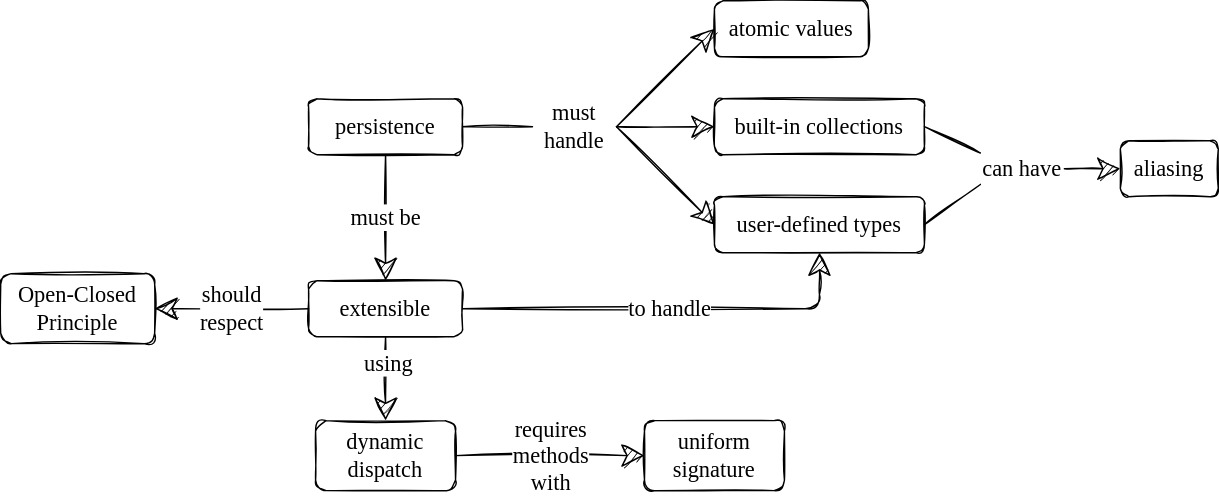
The draw.io diagram sdxpy/persistence/persistence_concept_map.svg in gvwilson/thirdbit, before a commit. Source tidied: cells renumbered, new cells last; positions are measured from the earlier drawing's top-left corner, leaving out a move shared by most shapes. Source of this version:
```xml
<mxGraphModel>
  <root>
    <mxCell id="0" />
    <mxCell id="1" parent="0" />
    <mxCell id="2" value="persistence" style="rounded=1;whiteSpace=wrap;html=1;sketch=1;hachureGap=4;fontFamily=Comic Sans MS;fontSize=16;fillColor=none;" parent="1" vertex="1">
      <mxGeometry x="220" y="70" width="110" height="40" as="geometry" />
    </mxCell>
    <mxCell id="3" value="atomic values" style="rounded=1;whiteSpace=wrap;html=1;sketch=1;hachureGap=4;fontFamily=Comic Sans MS;fontSize=16;fillColor=none;" parent="1" vertex="1">
      <mxGeometry x="510" width="110" height="40" as="geometry" />
    </mxCell>
    <mxCell id="4" value="built-in collections" style="rounded=1;whiteSpace=wrap;html=1;sketch=1;hachureGap=4;fontFamily=Comic Sans MS;fontSize=16;fillColor=none;" parent="1" vertex="1">
      <mxGeometry x="510" y="70" width="150" height="40" as="geometry" />
    </mxCell>
    <mxCell id="5" value="user-defined types" style="rounded=1;whiteSpace=wrap;html=1;sketch=1;hachureGap=4;fontFamily=Comic Sans MS;fontSize=16;fillColor=none;" parent="1" vertex="1">
      <mxGeometry x="510" y="140" width="150" height="40" as="geometry" />
    </mxCell>
    <mxCell id="6" value="aliasing" style="rounded=1;whiteSpace=wrap;html=1;sketch=1;hachureGap=4;fontFamily=Comic Sans MS;fontSize=16;fillColor=none;" parent="1" vertex="1">
      <mxGeometry x="800" y="100" width="70" height="40" as="geometry" />
    </mxCell>
    <mxCell id="7" value="extensible" style="rounded=1;whiteSpace=wrap;html=1;sketch=1;hachureGap=4;fontFamily=Comic Sans MS;fontSize=16;fillColor=none;" parent="1" vertex="1">
      <mxGeometry x="220" y="200" width="110" height="40" as="geometry" />
    </mxCell>
    <mxCell id="8" value="Open-Closed Principle" style="rounded=1;whiteSpace=wrap;html=1;sketch=1;hachureGap=4;fontFamily=Comic Sans MS;fontSize=16;fillColor=none;" parent="1" vertex="1">
      <mxGeometry y="195" width="110" height="50" as="geometry" />
    </mxCell>
    <mxCell id="9" value="dynamic dispatch" style="rounded=1;whiteSpace=wrap;html=1;sketch=1;hachureGap=4;fontFamily=Comic Sans MS;fontSize=16;fillColor=none;" parent="1" vertex="1">
      <mxGeometry x="225" y="300" width="100" height="50" as="geometry" />
    </mxCell>
    <mxCell id="10" value="uniform signature" style="rounded=1;whiteSpace=wrap;html=1;sketch=1;hachureGap=4;fontFamily=Comic Sans MS;fontSize=16;fillColor=none;" parent="1" vertex="1">
      <mxGeometry x="460" y="300" width="100" height="50" as="geometry" />
    </mxCell>
    <mxCell id="11" value="must be" style="endArrow=classic;html=1;rounded=1;sketch=1;hachureGap=4;fontFamily=Comic Sans MS;fontSize=16;startSize=14;endSize=14;sourcePerimeterSpacing=8;targetPerimeterSpacing=8;exitX=0.5;exitY=1;exitDx=0;exitDy=0;entryX=0.5;entryY=0;entryDx=0;entryDy=0;" parent="1" edge="1" source="2" target="7">
      <mxGeometry relative="1" as="geometry" />
    </mxCell>
    <mxCell id="12" value="to handle" style="endArrow=classic;html=1;rounded=1;sketch=1;hachureGap=4;fontFamily=Comic Sans MS;fontSize=16;startSize=14;endSize=14;sourcePerimeterSpacing=8;targetPerimeterSpacing=8;exitX=1;exitY=0.5;exitDx=0;exitDy=0;entryX=0.5;entryY=1;entryDx=0;entryDy=0;" parent="1" edge="1" source="7" target="5">
      <mxGeometry relative="1" as="geometry">
        <Array as="points">
          <mxPoint x="585" y="220" />
        </Array>
      </mxGeometry>
    </mxCell>
    <mxCell id="13" value="must handle" style="text;html=1;strokeColor=none;fillColor=none;align=center;verticalAlign=middle;whiteSpace=wrap;rounded=0;sketch=1;hachureGap=4;fontFamily=Comic Sans MS;fontSize=16;" parent="1" vertex="1">
      <mxGeometry x="380" y="70" width="60" height="40" as="geometry" />
    </mxCell>
    <mxCell id="14" style="endArrow=none;html=1;rounded=1;sketch=1;hachureGap=4;fontFamily=Comic Sans MS;fontSize=16;startSize=14;endSize=14;sourcePerimeterSpacing=8;targetPerimeterSpacing=8;entryX=0;entryY=0.5;entryDx=0;entryDy=0;exitX=1;exitY=0.5;exitDx=0;exitDy=0;" parent="1" edge="1" source="2" target="13">
      <mxGeometry relative="1" as="geometry" />
    </mxCell>
    <mxCell id="15" style="endArrow=classic;html=1;rounded=1;sketch=1;hachureGap=4;fontFamily=Comic Sans MS;fontSize=16;startSize=14;endSize=14;sourcePerimeterSpacing=8;targetPerimeterSpacing=8;entryX=0;entryY=0.5;entryDx=0;entryDy=0;exitX=1;exitY=0.5;exitDx=0;exitDy=0;" parent="1" edge="1" source="13" target="3">
      <mxGeometry relative="1" as="geometry" />
    </mxCell>
    <mxCell id="16" style="endArrow=classic;html=1;rounded=1;sketch=1;hachureGap=4;fontFamily=Comic Sans MS;fontSize=16;startSize=14;endSize=14;sourcePerimeterSpacing=8;targetPerimeterSpacing=8;entryX=0;entryY=0.5;entryDx=0;entryDy=0;exitX=1;exitY=0.5;exitDx=0;exitDy=0;" parent="1" edge="1" source="13" target="4">
      <mxGeometry relative="1" as="geometry" />
    </mxCell>
    <mxCell id="17" style="endArrow=classic;html=1;rounded=1;sketch=1;hachureGap=4;fontFamily=Comic Sans MS;fontSize=16;startSize=14;endSize=14;sourcePerimeterSpacing=8;targetPerimeterSpacing=8;entryX=0;entryY=0.5;entryDx=0;entryDy=0;exitX=1;exitY=0.5;exitDx=0;exitDy=0;" parent="1" edge="1" source="13" target="5">
      <mxGeometry relative="1" as="geometry" />
    </mxCell>
    <mxCell id="18" value="can have" style="text;html=1;strokeColor=none;fillColor=none;align=center;verticalAlign=middle;whiteSpace=wrap;rounded=0;sketch=1;hachureGap=4;fontFamily=Comic Sans MS;fontSize=16;" parent="1" vertex="1">
      <mxGeometry x="700" y="97.5" width="60" height="45" as="geometry" />
    </mxCell>
    <mxCell id="19" style="endArrow=classic;html=1;rounded=1;sketch=1;hachureGap=4;fontFamily=Comic Sans MS;fontSize=16;startSize=14;endSize=14;sourcePerimeterSpacing=8;targetPerimeterSpacing=8;entryX=0;entryY=0.5;entryDx=0;entryDy=0;exitX=1;exitY=0.5;exitDx=0;exitDy=0;" parent="1" edge="1" source="18" target="6">
      <mxGeometry relative="1" as="geometry" />
    </mxCell>
    <mxCell id="20" style="endArrow=none;html=1;rounded=1;sketch=1;hachureGap=4;fontFamily=Comic Sans MS;fontSize=16;startSize=14;endSize=14;sourcePerimeterSpacing=8;targetPerimeterSpacing=8;exitX=1;exitY=0.5;exitDx=0;exitDy=0;entryX=0;entryY=0.25;entryDx=0;entryDy=0;" parent="1" edge="1" source="4" target="18">
      <mxGeometry relative="1" as="geometry" />
    </mxCell>
    <mxCell id="21" style="endArrow=none;html=1;rounded=1;sketch=1;hachureGap=4;fontFamily=Comic Sans MS;fontSize=16;startSize=14;endSize=14;sourcePerimeterSpacing=8;targetPerimeterSpacing=8;exitX=1;exitY=0.5;exitDx=0;exitDy=0;entryX=0;entryY=0.75;entryDx=0;entryDy=0;" parent="1" edge="1" source="5" target="18">
      <mxGeometry relative="1" as="geometry" />
    </mxCell>
    <mxCell id="22" value="should&lt;br&gt;respect" style="endArrow=classic;html=1;rounded=1;sketch=1;hachureGap=4;fontFamily=Comic Sans MS;fontSize=16;startSize=14;endSize=14;sourcePerimeterSpacing=8;targetPerimeterSpacing=8;entryX=1;entryY=0.5;entryDx=0;entryDy=0;exitX=0;exitY=0.5;exitDx=0;exitDy=0;" parent="1" edge="1" source="7" target="8">
      <mxGeometry relative="1" as="geometry" />
    </mxCell>
    <mxCell id="23" style="endArrow=classic;html=1;rounded=1;sketch=1;hachureGap=4;fontFamily=Comic Sans MS;fontSize=16;startSize=14;endSize=14;sourcePerimeterSpacing=8;targetPerimeterSpacing=8;entryX=0.5;entryY=0;entryDx=0;entryDy=0;exitX=0.5;exitY=1;exitDx=0;exitDy=0;" parent="1" edge="1" source="7" target="9">
      <mxGeometry relative="1" as="geometry" />
    </mxCell>
    <mxCell id="24" value="using" style="edgeLabel;html=1;align=center;verticalAlign=middle;fontSize=16;fontFamily=Comic Sans MS;" parent="23" vertex="1">
      <mxGeometry x="-0.4" y="1" relative="1" as="geometry" />
    </mxCell>
    <mxCell id="25" value="requires&lt;br&gt;methods&lt;br&gt;with" style="endArrow=classic;html=1;rounded=1;sketch=1;hachureGap=4;fontFamily=Comic Sans MS;fontSize=16;startSize=14;endSize=14;sourcePerimeterSpacing=8;targetPerimeterSpacing=8;entryX=0;entryY=0.5;entryDx=0;entryDy=0;exitX=1;exitY=0.5;exitDx=0;exitDy=0;" parent="1" edge="1" source="9" target="10">
      <mxGeometry relative="1" as="geometry" />
    </mxCell>
  </root>
</mxGraphModel>
```
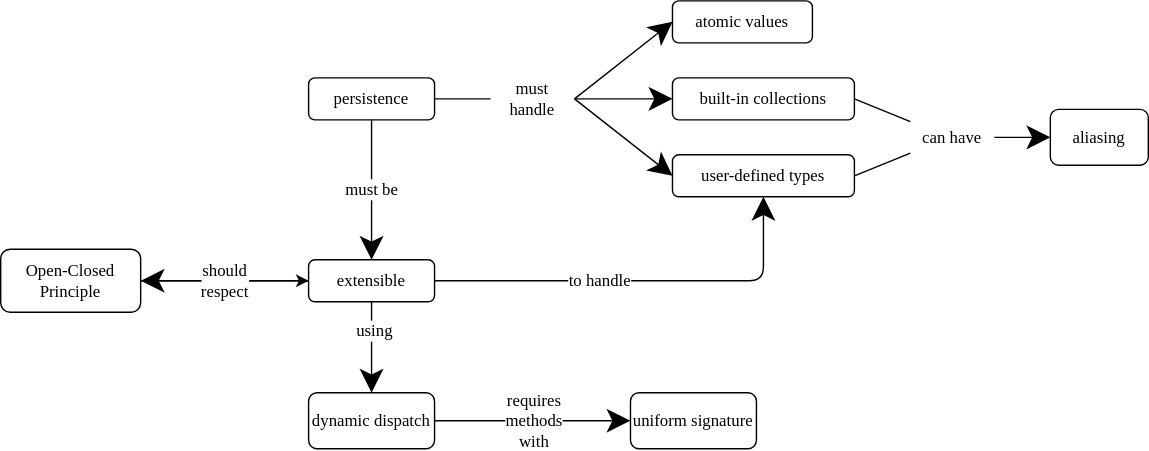
Above is the later version.

The edit, as a diff of the source:
```diff
@@ -2,81 +2,84 @@
   <root>
     <mxCell id="0" />
     <mxCell id="1" parent="0" />
-    <mxCell id="2" value="persistence" style="rounded=1;whiteSpace=wrap;html=1;sketch=1;hachureGap=4;fontFamily=Comic Sans MS;fontSize=16;fillColor=none;" parent="1" vertex="1">
-      <mxGeometry x="220" y="70" width="110" height="40" as="geometry" />
+    <mxCell id="2" value="persistence" style="rounded=1;whiteSpace=wrap;html=1;hachureGap=4;fontFamily=Verdana;fontSize=12;fillColor=none;" parent="1" vertex="1">
+      <mxGeometry x="230" y="75" width="90" height="30" as="geometry" />
     </mxCell>
-    <mxCell id="3" value="atomic values" style="rounded=1;whiteSpace=wrap;html=1;sketch=1;hachureGap=4;fontFamily=Comic Sans MS;fontSize=16;fillColor=none;" parent="1" vertex="1">
-      <mxGeometry x="510" width="110" height="40" as="geometry" />
+    <mxCell id="3" value="atomic values" style="rounded=1;whiteSpace=wrap;html=1;hachureGap=4;fontFamily=Verdana;fontSize=12;fillColor=none;" parent="1" vertex="1">
+      <mxGeometry x="490" y="20" width="100" height="30" as="geometry" />
     </mxCell>
-    <mxCell id="4" value="built-in collections" style="rounded=1;whiteSpace=wrap;html=1;sketch=1;hachureGap=4;fontFamily=Comic Sans MS;fontSize=16;fillColor=none;" parent="1" vertex="1">
-      <mxGeometry x="510" y="70" width="150" height="40" as="geometry" />
+    <mxCell id="4" value="built-in collections" style="rounded=1;whiteSpace=wrap;html=1;hachureGap=4;fontFamily=Verdana;fontSize=12;fillColor=none;" parent="1" vertex="1">
+      <mxGeometry x="490" y="75" width="130" height="30" as="geometry" />
     </mxCell>
-    <mxCell id="5" value="user-defined types" style="rounded=1;whiteSpace=wrap;html=1;sketch=1;hachureGap=4;fontFamily=Comic Sans MS;fontSize=16;fillColor=none;" parent="1" vertex="1">
-      <mxGeometry x="510" y="140" width="150" height="40" as="geometry" />
+    <mxCell id="5" value="user-defined types" style="rounded=1;whiteSpace=wrap;html=1;hachureGap=4;fontFamily=Verdana;fontSize=12;fillColor=none;" parent="1" vertex="1">
+      <mxGeometry x="490" y="130" width="130" height="30" as="geometry" />
     </mxCell>
-    <mxCell id="6" value="aliasing" style="rounded=1;whiteSpace=wrap;html=1;sketch=1;hachureGap=4;fontFamily=Comic Sans MS;fontSize=16;fillColor=none;" parent="1" vertex="1">
-      <mxGeometry x="800" y="100" width="70" height="40" as="geometry" />
+    <mxCell id="6" value="aliasing" style="rounded=1;whiteSpace=wrap;html=1;hachureGap=4;fontFamily=Verdana;fontSize=12;fillColor=none;" parent="1" vertex="1">
+      <mxGeometry x="760" y="97.5" width="70" height="40" as="geometry" />
     </mxCell>
-    <mxCell id="7" value="extensible" style="rounded=1;whiteSpace=wrap;html=1;sketch=1;hachureGap=4;fontFamily=Comic Sans MS;fontSize=16;fillColor=none;" parent="1" vertex="1">
-      <mxGeometry x="220" y="200" width="110" height="40" as="geometry" />
+    <mxCell id="7" value="extensible" style="rounded=1;whiteSpace=wrap;html=1;hachureGap=4;fontFamily=Verdana;fontSize=12;fillColor=none;" parent="1" vertex="1">
+      <mxGeometry x="230" y="205" width="90" height="30" as="geometry" />
     </mxCell>
+    <mxCell id="26" style="edgeStyle=orthogonalEdgeStyle;rounded=0;sketch=0;jettySize=auto;html=1;fontFamily=Verdana;fontSize=12;" parent="1" edge="1" source="8" target="7">
+      <mxGeometry relative="1" as="geometry" />
+    </mxCell>
-    <mxCell id="8" value="Open-Closed Principle" style="rounded=1;whiteSpace=wrap;html=1;sketch=1;hachureGap=4;fontFamily=Comic Sans MS;fontSize=16;fillColor=none;" parent="1" vertex="1">
-      <mxGeometry y="195" width="110" height="50" as="geometry" />
+    <mxCell id="8" value="Open-Closed Principle" style="rounded=1;whiteSpace=wrap;html=1;hachureGap=4;fontFamily=Verdana;fontSize=12;fillColor=none;" parent="1" vertex="1">
+      <mxGeometry x="10" y="197.5" width="100" height="45" as="geometry" />
     </mxCell>
-    <mxCell id="9" value="dynamic dispatch" style="rounded=1;whiteSpace=wrap;html=1;sketch=1;hachureGap=4;fontFamily=Comic Sans MS;fontSize=16;fillColor=none;" parent="1" vertex="1">
-      <mxGeometry x="225" y="300" width="100" height="50" as="geometry" />
+    <mxCell id="9" value="dynamic dispatch" style="rounded=1;whiteSpace=wrap;html=1;hachureGap=4;fontFamily=Verdana;fontSize=12;fillColor=none;" parent="1" vertex="1">
+      <mxGeometry x="230" y="300" width="90" height="40" as="geometry" />
     </mxCell>
-    <mxCell id="10" value="uniform signature" style="rounded=1;whiteSpace=wrap;html=1;sketch=1;hachureGap=4;fontFamily=Comic Sans MS;fontSize=16;fillColor=none;" parent="1" vertex="1">
-      <mxGeometry x="460" y="300" width="100" height="50" as="geometry" />
+    <mxCell id="10" value="uniform signature" style="rounded=1;whiteSpace=wrap;html=1;hachureGap=4;fontFamily=Verdana;fontSize=12;fillColor=none;" parent="1" vertex="1">
+      <mxGeometry x="460" y="300" width="90" height="40" as="geometry" />
     </mxCell>
-    <mxCell id="11" value="must be" style="endArrow=classic;html=1;rounded=1;sketch=1;hachureGap=4;fontFamily=Comic Sans MS;fontSize=16;startSize=14;endSize=14;sourcePerimeterSpacing=8;targetPerimeterSpacing=8;exitX=0.5;exitY=1;exitDx=0;exitDy=0;entryX=0.5;entryY=0;entryDx=0;entryDy=0;" parent="1" edge="1" source="2" target="7">
+    <mxCell id="11" value="must be" style="endArrow=classic;html=1;rounded=1;hachureGap=4;fontFamily=Verdana;fontSize=12;startSize=14;endSize=14;sourcePerimeterSpacing=8;targetPerimeterSpacing=8;exitX=0.5;exitY=1;exitDx=0;exitDy=0;entryX=0.5;entryY=0;entryDx=0;entryDy=0;" parent="1" edge="1" source="2" target="7">
       <mxGeometry relative="1" as="geometry" />
     </mxCell>
-    <mxCell id="12" value="to handle" style="endArrow=classic;html=1;rounded=1;sketch=1;hachureGap=4;fontFamily=Comic Sans MS;fontSize=16;startSize=14;endSize=14;sourcePerimeterSpacing=8;targetPerimeterSpacing=8;exitX=1;exitY=0.5;exitDx=0;exitDy=0;entryX=0.5;entryY=1;entryDx=0;entryDy=0;" parent="1" edge="1" source="7" target="5">
-      <mxGeometry relative="1" as="geometry">
+    <mxCell id="12" value="to handle" style="endArrow=classic;html=1;rounded=1;hachureGap=4;fontFamily=Verdana;fontSize=12;startSize=14;endSize=14;sourcePerimeterSpacing=8;targetPerimeterSpacing=8;exitX=1;exitY=0.5;exitDx=0;exitDy=0;entryX=0.5;entryY=1;entryDx=0;entryDy=0;" parent="1" edge="1" source="7" target="5">
+      <mxGeometry x="-0.2" relative="1" as="geometry">
         <Array as="points">
-          <mxPoint x="585" y="220" />
+          <mxPoint x="555" y="220" />
         </Array>
       </mxGeometry>
     </mxCell>
-    <mxCell id="13" value="must handle" style="text;html=1;strokeColor=none;fillColor=none;align=center;verticalAlign=middle;whiteSpace=wrap;rounded=0;sketch=1;hachureGap=4;fontFamily=Comic Sans MS;fontSize=16;" parent="1" vertex="1">
-      <mxGeometry x="380" y="70" width="60" height="40" as="geometry" />
+    <mxCell id="13" value="must handle" style="text;html=1;strokeColor=none;fillColor=none;align=center;verticalAlign=middle;whiteSpace=wrap;rounded=0;sketch=1;hachureGap=4;fontFamily=Verdana;fontSize=12;" parent="1" vertex="1">
+      <mxGeometry x="360" y="70" width="60" height="40" as="geometry" />
     </mxCell>
-    <mxCell id="14" style="endArrow=none;html=1;rounded=1;sketch=1;hachureGap=4;fontFamily=Comic Sans MS;fontSize=16;startSize=14;endSize=14;sourcePerimeterSpacing=8;targetPerimeterSpacing=8;entryX=0;entryY=0.5;entryDx=0;entryDy=0;exitX=1;exitY=0.5;exitDx=0;exitDy=0;" parent="1" edge="1" source="2" target="13">
+    <mxCell id="14" style="endArrow=none;html=1;rounded=1;hachureGap=4;fontFamily=Verdana;fontSize=16;startSize=14;endSize=14;sourcePerimeterSpacing=8;targetPerimeterSpacing=8;entryX=0;entryY=0.5;entryDx=0;entryDy=0;exitX=1;exitY=0.5;exitDx=0;exitDy=0;" parent="1" edge="1" source="2" target="13">
       <mxGeometry relative="1" as="geometry" />
     </mxCell>
-    <mxCell id="15" style="endArrow=classic;html=1;rounded=1;sketch=1;hachureGap=4;fontFamily=Comic Sans MS;fontSize=16;startSize=14;endSize=14;sourcePerimeterSpacing=8;targetPerimeterSpacing=8;entryX=0;entryY=0.5;entryDx=0;entryDy=0;exitX=1;exitY=0.5;exitDx=0;exitDy=0;" parent="1" edge="1" source="13" target="3">
+    <mxCell id="15" style="endArrow=classic;html=1;rounded=1;hachureGap=4;fontFamily=Verdana;fontSize=16;startSize=14;endSize=14;sourcePerimeterSpacing=8;targetPerimeterSpacing=8;entryX=0;entryY=0.5;entryDx=0;entryDy=0;exitX=1;exitY=0.5;exitDx=0;exitDy=0;" parent="1" edge="1" source="13" target="3">
       <mxGeometry relative="1" as="geometry" />
     </mxCell>
-    <mxCell id="16" style="endArrow=classic;html=1;rounded=1;sketch=1;hachureGap=4;fontFamily=Comic Sans MS;fontSize=16;startSize=14;endSize=14;sourcePerimeterSpacing=8;targetPerimeterSpacing=8;entryX=0;entryY=0.5;entryDx=0;entryDy=0;exitX=1;exitY=0.5;exitDx=0;exitDy=0;" parent="1" edge="1" source="13" target="4">
+    <mxCell id="16" style="endArrow=classic;html=1;rounded=1;hachureGap=4;fontFamily=Verdana;fontSize=16;startSize=14;endSize=14;sourcePerimeterSpacing=8;targetPerimeterSpacing=8;entryX=0;entryY=0.5;entryDx=0;entryDy=0;exitX=1;exitY=0.5;exitDx=0;exitDy=0;" parent="1" edge="1" source="13" target="4">
       <mxGeometry relative="1" as="geometry" />
     </mxCell>
-    <mxCell id="17" style="endArrow=classic;html=1;rounded=1;sketch=1;hachureGap=4;fontFamily=Comic Sans MS;fontSize=16;startSize=14;endSize=14;sourcePerimeterSpacing=8;targetPerimeterSpacing=8;entryX=0;entryY=0.5;entryDx=0;entryDy=0;exitX=1;exitY=0.5;exitDx=0;exitDy=0;" parent="1" edge="1" source="13" target="5">
+    <mxCell id="17" style="endArrow=classic;html=1;rounded=1;hachureGap=4;fontFamily=Verdana;fontSize=16;startSize=14;endSize=14;sourcePerimeterSpacing=8;targetPerimeterSpacing=8;entryX=0;entryY=0.5;entryDx=0;entryDy=0;exitX=1;exitY=0.5;exitDx=0;exitDy=0;" parent="1" edge="1" source="13" target="5">
       <mxGeometry relative="1" as="geometry" />
     </mxCell>
-    <mxCell id="18" value="can have" style="text;html=1;strokeColor=none;fillColor=none;align=center;verticalAlign=middle;whiteSpace=wrap;rounded=0;sketch=1;hachureGap=4;fontFamily=Comic Sans MS;fontSize=16;" parent="1" vertex="1">
-      <mxGeometry x="700" y="97.5" width="60" height="45" as="geometry" />
+    <mxCell id="18" value="can have" style="text;html=1;strokeColor=none;fillColor=none;align=center;verticalAlign=middle;whiteSpace=wrap;rounded=0;sketch=1;hachureGap=4;fontFamily=Verdana;fontSize=12;" parent="1" vertex="1">
+      <mxGeometry x="660" y="95" width="60" height="45" as="geometry" />
     </mxCell>
-    <mxCell id="19" style="endArrow=classic;html=1;rounded=1;sketch=1;hachureGap=4;fontFamily=Comic Sans MS;fontSize=16;startSize=14;endSize=14;sourcePerimeterSpacing=8;targetPerimeterSpacing=8;entryX=0;entryY=0.5;entryDx=0;entryDy=0;exitX=1;exitY=0.5;exitDx=0;exitDy=0;" parent="1" edge="1" source="18" target="6">
+    <mxCell id="19" style="endArrow=classic;html=1;rounded=1;hachureGap=4;fontFamily=Verdana;fontSize=16;startSize=14;endSize=14;sourcePerimeterSpacing=8;targetPerimeterSpacing=8;entryX=0;entryY=0.5;entryDx=0;entryDy=0;exitX=1;exitY=0.5;exitDx=0;exitDy=0;endFill=1;" parent="1" edge="1" source="18" target="6">
       <mxGeometry relative="1" as="geometry" />
     </mxCell>
-    <mxCell id="20" style="endArrow=none;html=1;rounded=1;sketch=1;hachureGap=4;fontFamily=Comic Sans MS;fontSize=16;startSize=14;endSize=14;sourcePerimeterSpacing=8;targetPerimeterSpacing=8;exitX=1;exitY=0.5;exitDx=0;exitDy=0;entryX=0;entryY=0.25;entryDx=0;entryDy=0;" parent="1" edge="1" source="4" target="18">
+    <mxCell id="20" style="endArrow=none;html=1;rounded=1;hachureGap=4;fontFamily=Verdana;fontSize=16;startSize=14;endSize=14;sourcePerimeterSpacing=8;targetPerimeterSpacing=8;exitX=1;exitY=0.5;exitDx=0;exitDy=0;entryX=0;entryY=0.25;entryDx=0;entryDy=0;" parent="1" edge="1" source="4" target="18">
       <mxGeometry relative="1" as="geometry" />
     </mxCell>
-    <mxCell id="21" style="endArrow=none;html=1;rounded=1;sketch=1;hachureGap=4;fontFamily=Comic Sans MS;fontSize=16;startSize=14;endSize=14;sourcePerimeterSpacing=8;targetPerimeterSpacing=8;exitX=1;exitY=0.5;exitDx=0;exitDy=0;entryX=0;entryY=0.75;entryDx=0;entryDy=0;" parent="1" edge="1" source="5" target="18">
+    <mxCell id="21" style="endArrow=none;html=1;rounded=1;hachureGap=4;fontFamily=Verdana;fontSize=16;startSize=14;endSize=14;sourcePerimeterSpacing=8;targetPerimeterSpacing=8;exitX=1;exitY=0.5;exitDx=0;exitDy=0;entryX=0;entryY=0.75;entryDx=0;entryDy=0;" parent="1" edge="1" source="5" target="18">
       <mxGeometry relative="1" as="geometry" />
     </mxCell>
-    <mxCell id="22" value="should&lt;br&gt;respect" style="endArrow=classic;html=1;rounded=1;sketch=1;hachureGap=4;fontFamily=Comic Sans MS;fontSize=16;startSize=14;endSize=14;sourcePerimeterSpacing=8;targetPerimeterSpacing=8;entryX=1;entryY=0.5;entryDx=0;entryDy=0;exitX=0;exitY=0.5;exitDx=0;exitDy=0;" parent="1" edge="1" source="7" target="8">
+    <mxCell id="22" value="should&lt;br style=&quot;font-size: 12px;&quot;&gt;respect" style="endArrow=classic;html=1;rounded=1;hachureGap=4;fontFamily=Verdana;fontSize=12;startSize=14;endSize=14;sourcePerimeterSpacing=8;targetPerimeterSpacing=8;entryX=1;entryY=0.5;entryDx=0;entryDy=0;exitX=0;exitY=0.5;exitDx=0;exitDy=0;" parent="1" edge="1" source="7" target="8">
       <mxGeometry relative="1" as="geometry" />
     </mxCell>
-    <mxCell id="23" style="endArrow=classic;html=1;rounded=1;sketch=1;hachureGap=4;fontFamily=Comic Sans MS;fontSize=16;startSize=14;endSize=14;sourcePerimeterSpacing=8;targetPerimeterSpacing=8;entryX=0.5;entryY=0;entryDx=0;entryDy=0;exitX=0.5;exitY=1;exitDx=0;exitDy=0;" parent="1" edge="1" source="7" target="9">
+    <mxCell id="23" style="endArrow=classic;html=1;rounded=1;hachureGap=4;fontFamily=Verdana;fontSize=16;startSize=14;endSize=14;sourcePerimeterSpacing=8;targetPerimeterSpacing=8;entryX=0.5;entryY=0;entryDx=0;entryDy=0;exitX=0.5;exitY=1;exitDx=0;exitDy=0;" parent="1" edge="1" source="7" target="9">
       <mxGeometry relative="1" as="geometry" />
     </mxCell>
-    <mxCell id="24" value="using" style="edgeLabel;html=1;align=center;verticalAlign=middle;fontSize=16;fontFamily=Comic Sans MS;" parent="23" vertex="1">
+    <mxCell id="24" value="using" style="edgeLabel;html=1;align=center;verticalAlign=middle;fontSize=12;fontFamily=Verdana;" parent="23" vertex="1">
       <mxGeometry x="-0.4" y="1" relative="1" as="geometry" />
     </mxCell>
-    <mxCell id="25" value="requires&lt;br&gt;methods&lt;br&gt;with" style="endArrow=classic;html=1;rounded=1;sketch=1;hachureGap=4;fontFamily=Comic Sans MS;fontSize=16;startSize=14;endSize=14;sourcePerimeterSpacing=8;targetPerimeterSpacing=8;entryX=0;entryY=0.5;entryDx=0;entryDy=0;exitX=1;exitY=0.5;exitDx=0;exitDy=0;" parent="1" edge="1" source="9" target="10">
-      <mxGeometry relative="1" as="geometry" />
+    <mxCell id="25" value="requires&lt;br style=&quot;font-size: 12px;&quot;&gt;methods&lt;br style=&quot;font-size: 12px;&quot;&gt;with" style="endArrow=classic;html=1;rounded=1;hachureGap=4;fontFamily=Verdana;fontSize=12;startSize=14;endSize=14;sourcePerimeterSpacing=8;targetPerimeterSpacing=8;entryX=0;entryY=0.5;entryDx=0;entryDy=0;exitX=1;exitY=0.5;exitDx=0;exitDy=0;" parent="1" edge="1" source="9" target="10">
+      <mxGeometry x="0.01" relative="1" as="geometry" />
     </mxCell>
   </root>
 </mxGraphModel>
```
